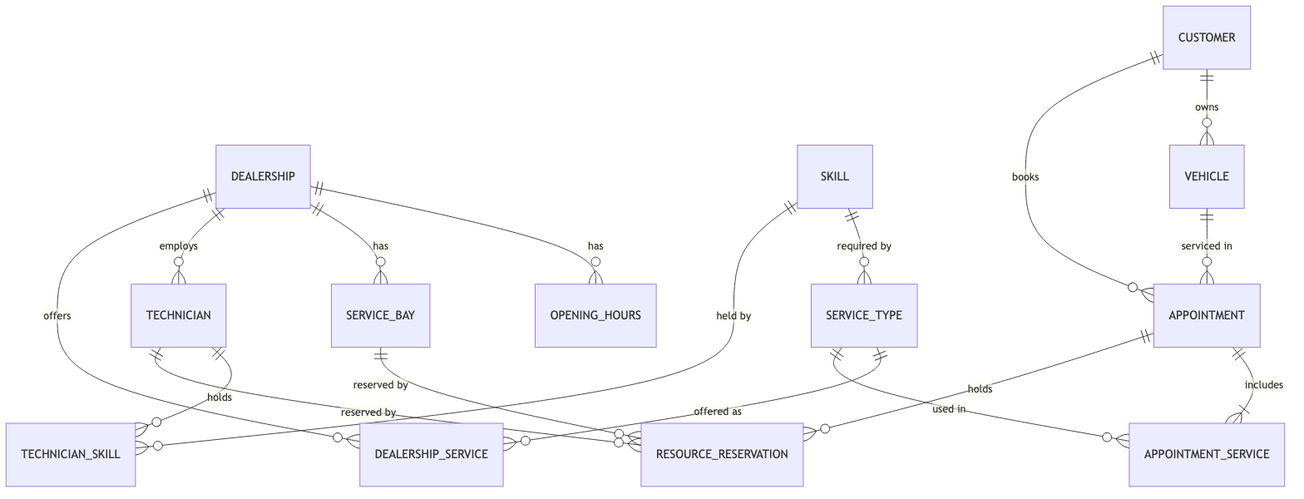
leole20236/unified-service-scheduler keeps this Mermaid diagram as docs/diagrams/03-erd.png. Above is the earlier version. Its source is kept beside it as docs/diagrams/03-erd.mmd.
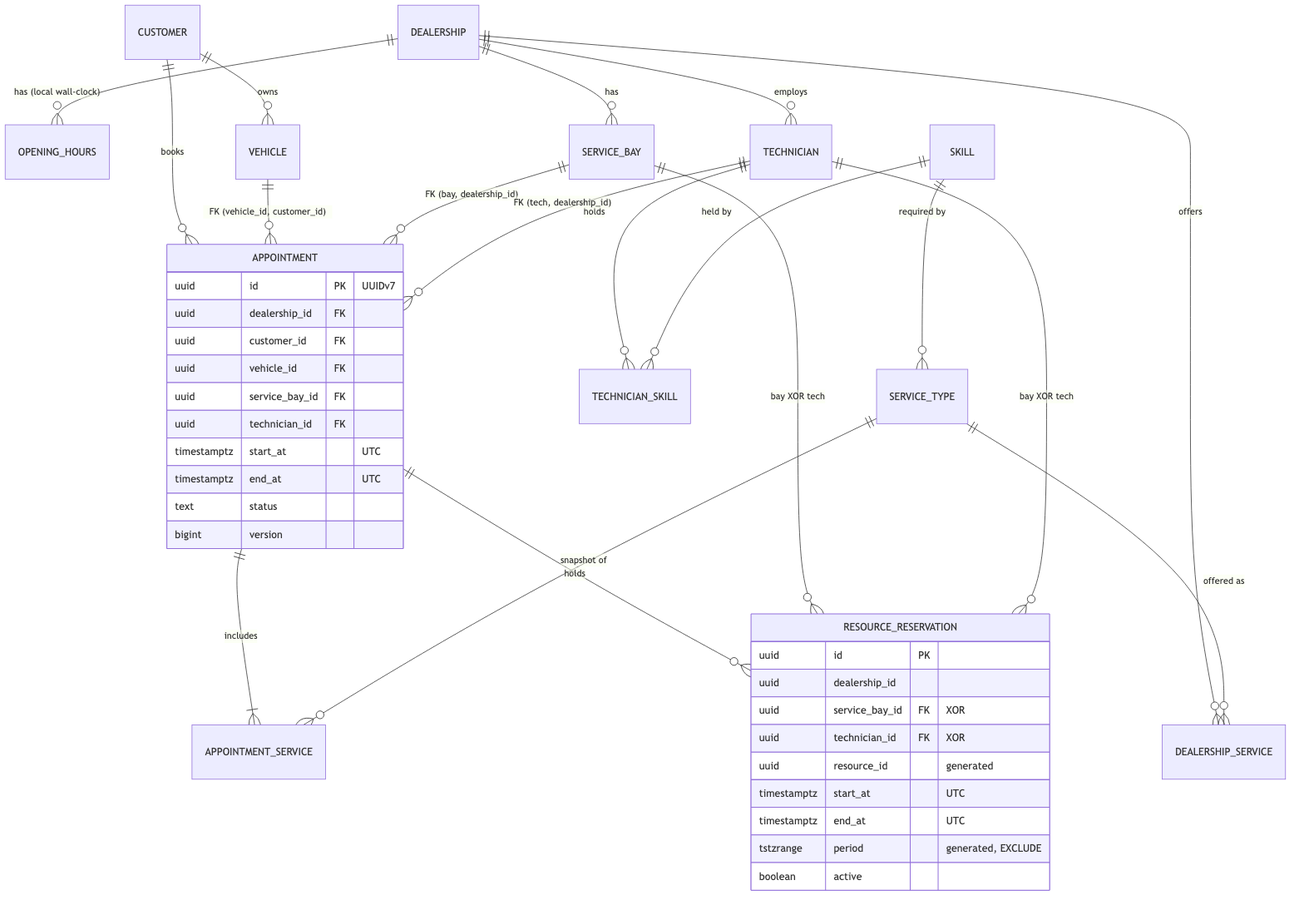
After the commit.

Commit message:
docs: harden schema integrity and indexes, UTC everywhere

What changed in the source:
```diff
@@ -1,5 +1,5 @@
 erDiagram
-    DEALERSHIP ||--o{ OPENING_HOURS : "has"
+    DEALERSHIP ||--o{ OPENING_HOURS : "has (local wall-clock)"
     DEALERSHIP ||--o{ SERVICE_BAY : "has"
     DEALERSHIP ||--o{ TECHNICIAN : "employs"
     DEALERSHIP ||--o{ DEALERSHIP_SERVICE : "offers"
@@ -9,9 +9,35 @@
     SKILL ||--o{ TECHNICIAN_SKILL : "held by"
     CUSTOMER ||--o{ VEHICLE : "owns"
     CUSTOMER ||--o{ APPOINTMENT : "books"
-    VEHICLE ||--o{ APPOINTMENT : "serviced in"
+    VEHICLE ||--o{ APPOINTMENT : "FK (vehicle_id, customer_id)"
+    SERVICE_BAY ||--o{ APPOINTMENT : "FK (bay, dealership_id)"
+    TECHNICIAN ||--o{ APPOINTMENT : "FK (tech, dealership_id)"
     APPOINTMENT ||--|{ APPOINTMENT_SERVICE : "includes"
-    SERVICE_TYPE ||--o{ APPOINTMENT_SERVICE : "used in"
+    SERVICE_TYPE ||--o{ APPOINTMENT_SERVICE : "snapshot of"
     APPOINTMENT ||--o{ RESOURCE_RESERVATION : "holds"
-    SERVICE_BAY ||--o{ RESOURCE_RESERVATION : "reserved by"
-    TECHNICIAN ||--o{ RESOURCE_RESERVATION : "reserved by"
+    SERVICE_BAY ||--o{ RESOURCE_RESERVATION : "bay XOR tech"
+    TECHNICIAN ||--o{ RESOURCE_RESERVATION : "bay XOR tech"
+
+    APPOINTMENT {
+        uuid id PK "UUIDv7"
+        uuid dealership_id FK
+        uuid customer_id FK
+        uuid vehicle_id FK
+        uuid service_bay_id FK
+        uuid technician_id FK
+        timestamptz start_at "UTC"
+        timestamptz end_at "UTC"
+        text status
+        bigint version
+    }
+    RESOURCE_RESERVATION {
+        uuid id PK
+        uuid dealership_id
+        uuid service_bay_id FK "XOR"
+        uuid technician_id FK "XOR"
+        uuid resource_id "generated"
+        timestamptz start_at "UTC"
+        timestamptz end_at "UTC"
+        tstzrange period "generated, EXCLUDE"
+        boolean active
+    }
```
